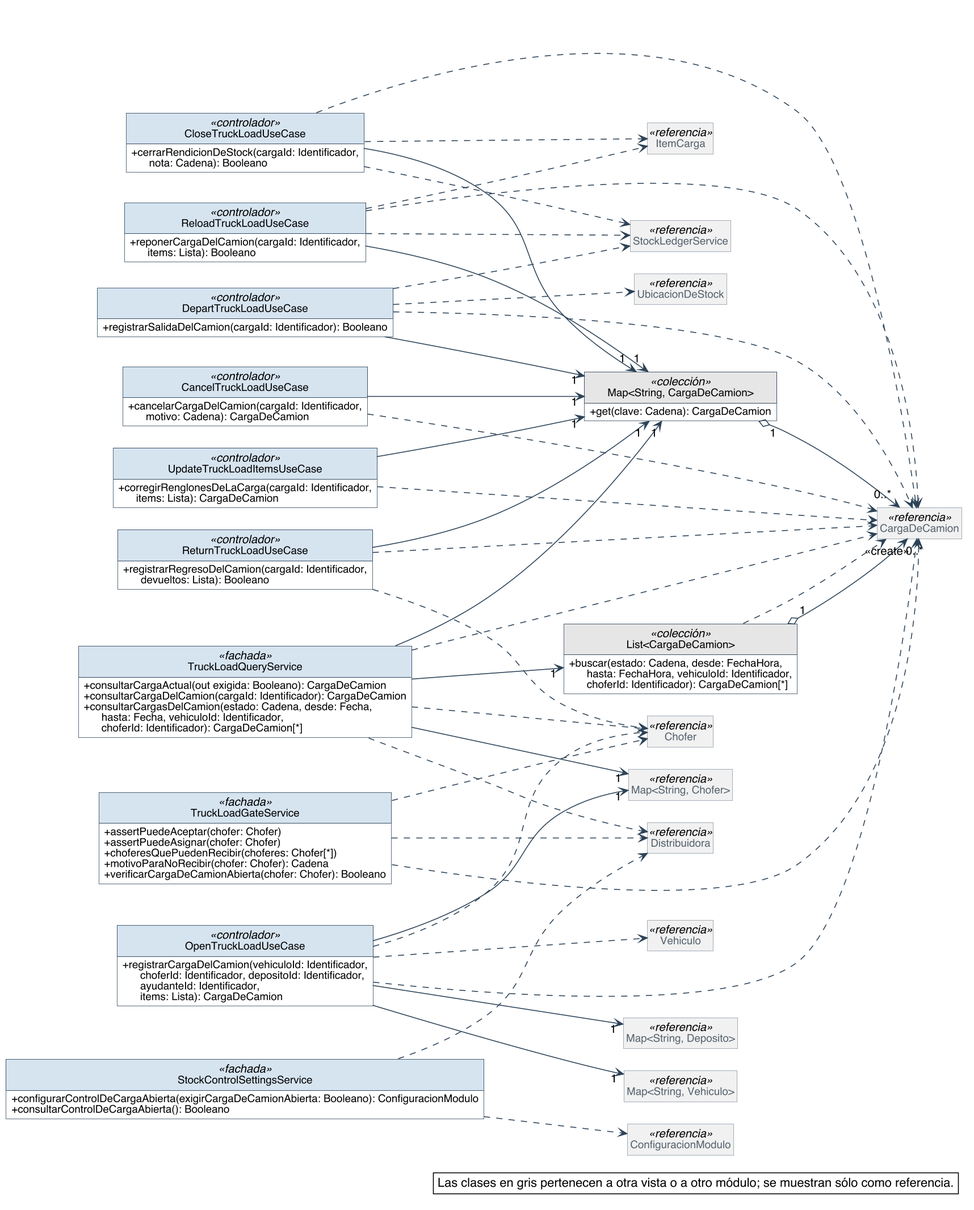
The PlantUML diagram diagramas/clases-diseno/DC_Mod_Carga-del-camion.png in Nahuelito-Dev/splg-docs, before a commit.
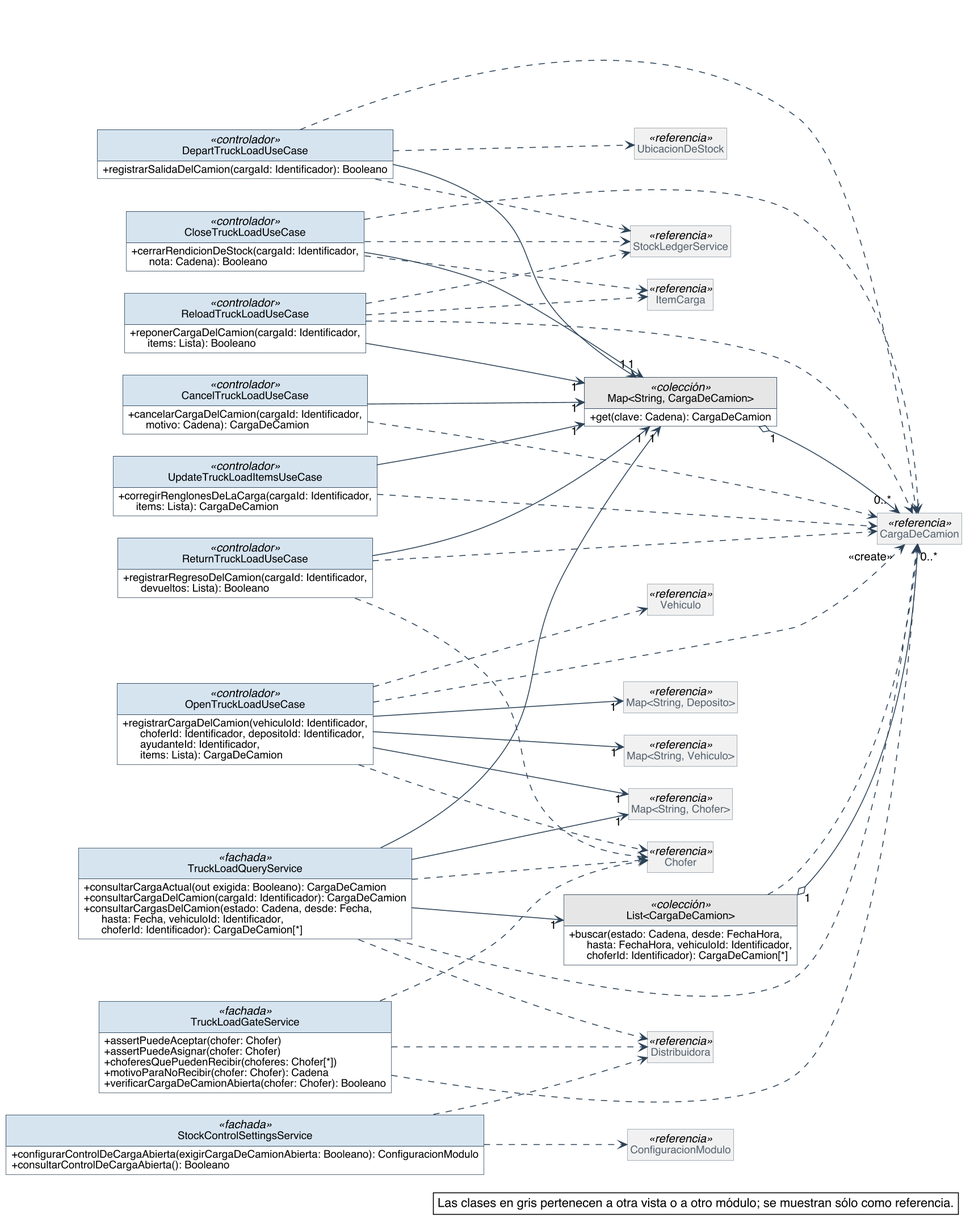
Later version of the same file.

Diff of the diagram source:
```diff
@@ -67,20 +67,14 @@
   + motivoParaNoRecibir(chofer: Chofer): Cadena
   + verificarCargaDeCamionAbierta(chofer: Chofer): Booleano
 }
-class UpdateTruckLoadItemsUseCase <<controlador>> {
-  + corregirRenglonesDeLaCarga(cargaId: Identificador,\n      items: Lista): CargaDeCamion
+class OpenTruckLoadUseCase <<controlador>> {
+  + registrarCargaDelCamion(vehiculoId: Identificador,\n      choferId: Identificador, depositoId: Identificador,\n      ayudanteId: Identificador,\n      items: Lista): CargaDeCamion
+}
+class DepartTruckLoadUseCase <<controlador>> {
+  + registrarSalidaDelCamion(cargaId: Identificador): Booleano
 }
 class "Map<String, CargaDeCamion>" as Map_String_CargaDeCamion <<colección>> {
   + get(clave: Cadena): CargaDeCamion
-}
-class OpenTruckLoadUseCase <<controlador>> {
-  + registrarCargaDelCamion(vehiculoId: Identificador,\n      choferId: Identificador, depositoId: Identificador,\n      ayudanteId: Identificador,\n      items: Lista): CargaDeCamion
-}
-class ReloadTruckLoadUseCase <<controlador>> {
-  + reponerCargaDelCamion(cargaId: Identificador,\n      items: Lista): Booleano
-}
-class DepartTruckLoadUseCase <<controlador>> {
-  + registrarSalidaDelCamion(cargaId: Identificador): Booleano
 }
 class ReturnTruckLoadUseCase <<controlador>> {
   + registrarRegresoDelCamion(cargaId: Identificador,\n      devueltos: Lista): Booleano
@@ -102,6 +96,12 @@
 }
 class "List<CargaDeCamion>" as List_CargaDeCamion <<colección>> {
   + buscar(estado: Cadena, desde: FechaHora,\n      hasta: FechaHora, vehiculoId: Identificador,\n      choferId: Identificador): CargaDeCamion[*]
+}
+class UpdateTruckLoadItemsUseCase <<controlador>> {
+  + corregirRenglonesDeLaCarga(cargaId: Identificador,\n      items: Lista): CargaDeCamion
+}
+class ReloadTruckLoadUseCase <<controlador>> {
+  + reponerCargaDelCamion(cargaId: Identificador,\n      items: Lista): Booleano
 }
 class CargaDeCamion <<referencia>>
 class "Map<String, Chofer>" as Map_String_Chofer <<referencia>>
```
